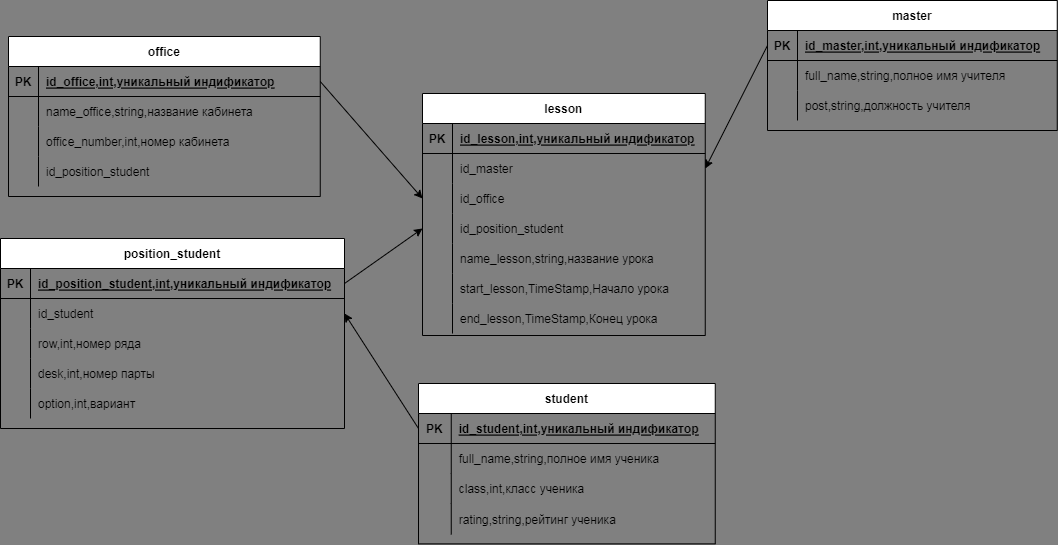
Before: BD.png, a diagram exported from draw.io (gr3164/Bd_student). Source tidied: cells renumbered, new cells last; positions are measured from the earlier drawing's top-left corner, leaving out a move shared by most shapes.
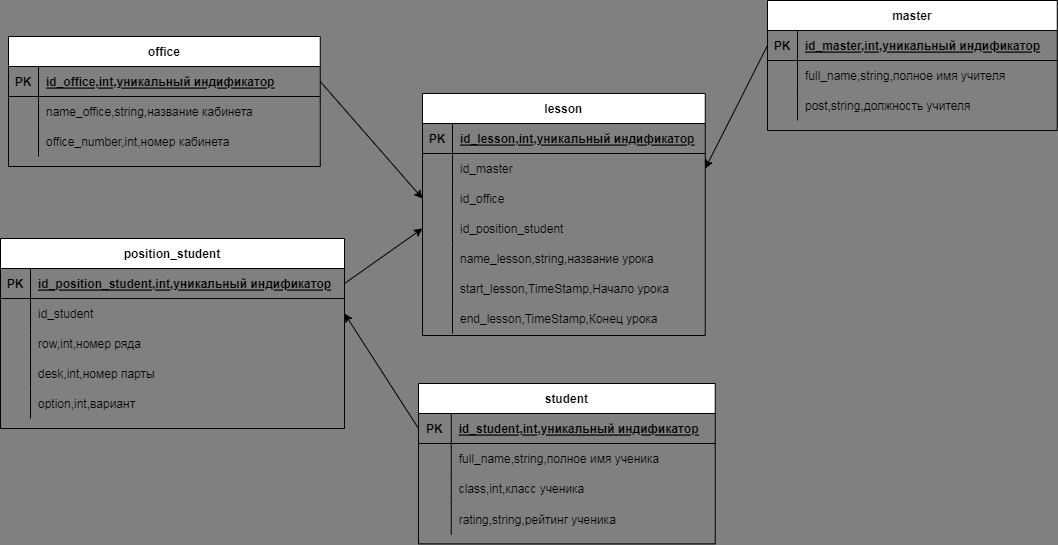
Later version of the same file.

Change to the diagram source:
```diff
@@ -3,7 +3,7 @@
     <mxCell id="0" />
     <mxCell id="1" parent="0" />
     <mxCell id="2" value="office" style="shape=table;startSize=30;rowLines=0;fontStyle=1;align=center;" parent="1" vertex="1">
-      <mxGeometry x="8" y="36" width="311.8" height="160" as="geometry" />
+      <mxGeometry x="8" y="36" width="311.8" height="130" as="geometry" />
     </mxCell>
     <mxCell id="3" style="shape=partialRectangle;fillColor=none;top=0;left=0;bottom=1;right=0;points=[[0,0.5],[1,0.5]];portConstraint=eastwest;" parent="2" vertex="1">
       <mxGeometry y="30" width="311.8" height="30" as="geometry" />
@@ -32,15 +32,6 @@
     <mxCell id="11" value="office_number,int,номер кабинета" style="shape=partialRectangle;fillColor=none;top=0;left=0;bottom=0;right=0;align=left;spacingLeft=6;overflow=hidden;" parent="9" vertex="1">
       <mxGeometry x="30" width="281.8" height="30" as="geometry" />
     </mxCell>
-    <mxCell id="12" style="shape=partialRectangle;fillColor=none;top=0;left=0;bottom=0;right=0;" parent="2" vertex="1">
-      <mxGeometry y="120" width="311.8" height="30" as="geometry" />
-    </mxCell>
-    <mxCell id="13" style="shape=partialRectangle;fillColor=none;top=0;left=0;bottom=0;right=0;overflow=hidden;" parent="12" vertex="1">
-      <mxGeometry width="30" height="30" as="geometry" />
-    </mxCell>
-    <mxCell id="14" value="id_position_student" style="shape=partialRectangle;fillColor=none;top=0;left=0;bottom=0;right=0;align=left;spacingLeft=6;overflow=hidden;" parent="12" vertex="1">
-      <mxGeometry x="30" width="281.8" height="30" as="geometry" />
-    </mxCell>
     <mxCell id="15" value="student" style="shape=table;startSize=30;rowLines=0;fontStyle=1;align=center;" parent="1" vertex="1">
       <mxGeometry x="418" y="383" width="296.8" height="160.4" as="geometry" />
     </mxCell>
```
